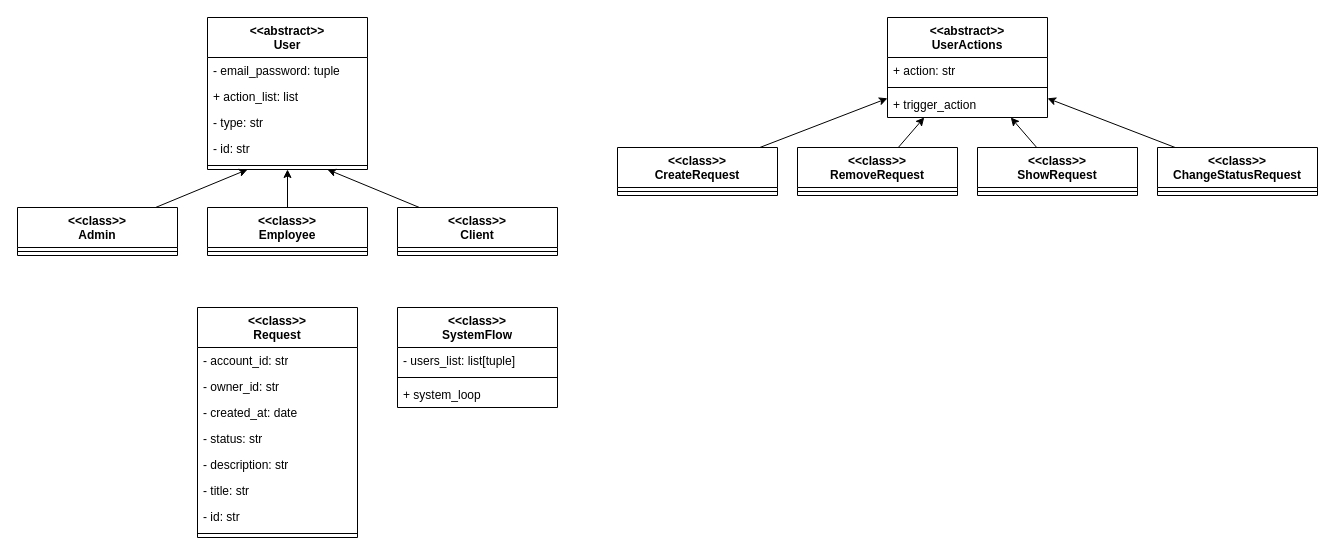
This is diagrams/classes.drawio from AlejandroGAmbriz/Autentication-System, a draw.io file, before an edit. Source tidied: cells renumbered, new cells numbered last; positions are measured from the earlier drawing's top-left corner, leaving out a move shared by most shapes. Both pictures are drawn from the tidied source at 100%, with x=0, y=0 at pixel (17, 17).
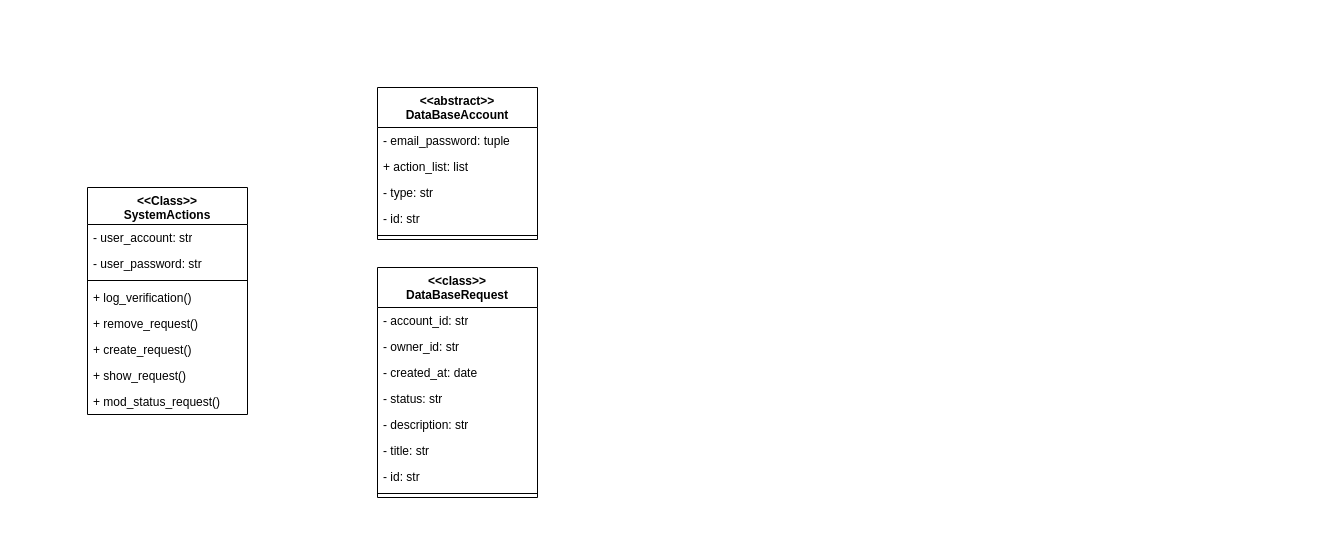
After the change.

Commit message (it also covers changes not shown here):
Update: class and relation diagrams

The edit, as a diff of the source:
```diff
@@
-    <mxCell id="2" value="&amp;lt;&amp;lt;abstract&amp;gt;&amp;gt;&lt;div&gt;User&lt;/div&gt;" style="swimlane;fontStyle=1;align=center;verticalAlign=top;horizontal=1;startSize=40;whiteSpace=wrap;html=1;" parent="1" vertex="1">
-      <mxGeometry x="190" width="160" height="152" as="geometry" />
-    </mxCell>
-    <mxCell id="3" value="- email_password: tuple" style="text;strokeColor=none;fillColor=none;align=left;verticalAlign=top;spacingLeft=4;spacingRight=4;overflow=hidden;whiteSpace=wrap;html=1;" parent="2" vertex="1">
-      <mxGeometry y="40" width="160" height="26" as="geometry" />
-    </mxCell>
-    <mxCell id="4" value="+ action_list: list" style="text;strokeColor=none;fillColor=none;align=left;verticalAlign=top;spacingLeft=4;spacingRight=4;overflow=hidden;whiteSpace=wrap;html=1;" parent="2" vertex="1">
-      <mxGeometry y="66" width="160" height="26" as="geometry" />
-    </mxCell>
-    <mxCell id="5" value="- type: str" style="text;strokeColor=none;fillColor=none;align=left;verticalAlign=top;spacingLeft=4;spacingRight=4;overflow=hidden;whiteSpace=wrap;html=1;" parent="2" vertex="1">
-      <mxGeometry y="92" width="160" height="26" as="geometry" />
-    </mxCell>
-    <mxCell id="6" value="- id: str" style="text;strokeColor=none;fillColor=none;align=left;verticalAlign=top;spacingLeft=4;spacingRight=4;overflow=hidden;whiteSpace=wrap;html=1;" parent="2" vertex="1">
-      <mxGeometry y="118" width="160" height="26" as="geometry" />
-    </mxCell>
-    <mxCell id="7" style="line;strokeWidth=1;fillColor=none;align=left;verticalAlign=middle;spacingTop=-1;spacingLeft=3;spacingRight=3;labelPosition=right;strokeColor=inherit;" parent="2" vertex="1">
-      <mxGeometry y="144" width="160" height="8" as="geometry" />
-    </mxCell>
-    <mxCell id="8" value="&amp;lt;&amp;lt;class&amp;gt;&amp;gt;&lt;div&gt;Admin&lt;/div&gt;" style="swimlane;fontStyle=1;align=center;verticalAlign=top;horizontal=1;startSize=40;whiteSpace=wrap;html=1;" parent="1" vertex="1">
-      <mxGeometry y="190" width="160" height="48" as="geometry" />
-    </mxCell>
-    <mxCell id="9" style="line;strokeWidth=1;fillColor=none;align=left;verticalAlign=middle;spacingTop=-1;spacingLeft=3;spacingRight=3;labelPosition=right;strokeColor=inherit;" parent="8" vertex="1">
-      <mxGeometry y="40" width="160" height="8" as="geometry" />
-    </mxCell>
-    <mxCell id="10" style="edgeStyle=none;html=1;entryX=0.5;entryY=1;entryDx=0;entryDy=0;" parent="1" edge="1" source="11" target="2">
-      <mxGeometry relative="1" as="geometry" />
-    </mxCell>
-    <mxCell id="11" value="&amp;lt;&amp;lt;class&amp;gt;&amp;gt;&lt;div&gt;Employee&lt;/div&gt;" style="swimlane;fontStyle=1;align=center;verticalAlign=top;horizontal=1;startSize=40;whiteSpace=wrap;html=1;" parent="1" vertex="1">
-      <mxGeometry x="190" y="190" width="160" height="48" as="geometry" />
-    </mxCell>
-    <mxCell id="12" style="line;strokeWidth=1;fillColor=none;align=left;verticalAlign=middle;spacingTop=-1;spacingLeft=3;spacingRight=3;labelPosition=right;strokeColor=inherit;" parent="11" vertex="1">
-      <mxGeometry y="40" width="160" height="8" as="geometry" />
-    </mxCell>
-    <mxCell id="13" style="edgeStyle=none;html=1;entryX=0.75;entryY=1;entryDx=0;entryDy=0;" parent="1" edge="1" source="14" target="2">
-      <mxGeometry relative="1" as="geometry" />
-    </mxCell>
-    <mxCell id="14" value="&amp;lt;&amp;lt;class&amp;gt;&amp;gt;&lt;div&gt;Client&lt;/div&gt;" style="swimlane;fontStyle=1;align=center;verticalAlign=top;horizontal=1;startSize=40;whiteSpace=wrap;html=1;" parent="1" vertex="1">
-      <mxGeometry x="380" y="190" width="160" height="48" as="geometry" />
-    </mxCell>
-    <mxCell id="15" style="line;strokeWidth=1;fillColor=none;align=left;verticalAlign=middle;spacingTop=-1;spacingLeft=3;spacingRight=3;labelPosition=right;strokeColor=inherit;" parent="14" vertex="1">
-      <mxGeometry y="40" width="160" height="8" as="geometry" />
-    </mxCell>
-    <mxCell id="16" style="edgeStyle=none;html=1;entryX=0.25;entryY=1;entryDx=0;entryDy=0;" parent="1" edge="1" source="8" target="2">
-      <mxGeometry relative="1" as="geometry" />
-    </mxCell>
-    <mxCell id="17" value="&amp;lt;&amp;lt;class&amp;gt;&amp;gt;&lt;div&gt;SystemFlow&lt;/div&gt;" style="swimlane;fontStyle=1;align=center;verticalAlign=top;horizontal=1;startSize=40;whiteSpace=wrap;html=1;" parent="1" vertex="1">
-      <mxGeometry x="380" y="290" width="160" height="100" as="geometry" />
-    </mxCell>
-    <mxCell id="18" value="- users_list: list[tuple]" style="text;strokeColor=none;fillColor=none;align=left;verticalAlign=top;spacingLeft=4;spacingRight=4;overflow=hidden;whiteSpace=wrap;html=1;" parent="17" vertex="1">
-      <mxGeometry y="40" width="160" height="26" as="geometry" />
-    </mxCell>
-    <mxCell id="19" style="line;strokeWidth=1;fillColor=none;align=left;verticalAlign=middle;spacingTop=-1;spacingLeft=3;spacingRight=3;labelPosition=right;strokeColor=inherit;" parent="17" vertex="1">
-      <mxGeometry y="66" width="160" height="8" as="geometry" />
-    </mxCell>
-    <mxCell id="20" value="+ system_loop" style="text;strokeColor=none;fillColor=none;align=left;verticalAlign=top;spacingLeft=4;spacingRight=4;overflow=hidden;whiteSpace=wrap;html=1;" parent="17" vertex="1">
-      <mxGeometry y="74" width="160" height="26" as="geometry" />
-    </mxCell>
-    <mxCell id="21" value="&amp;lt;&amp;lt;class&amp;gt;&amp;gt;&lt;div&gt;Request&lt;/div&gt;" style="swimlane;fontStyle=1;align=center;verticalAlign=top;horizontal=1;startSize=40;whiteSpace=wrap;html=1;" parent="1" vertex="1">
-      <mxGeometry x="180" y="290" width="160" height="230" as="geometry" />
-    </mxCell>
+    <mxCell id="46" value="&amp;lt;&amp;lt;class&amp;gt;&amp;gt;&lt;div&gt;DataBaseRequest&lt;/div&gt;" style="swimlane;fontStyle=1;align=center;verticalAlign=top;horizontal=1;startSize=40;whiteSpace=wrap;html=1;" parent="1" vertex="1">
+      <mxGeometry x="360" y="250" width="160" height="230" as="geometry" />
+    </mxCell>
-    <mxCell id="22" value="- account_id: str" style="text;strokeColor=none;fillColor=none;align=left;verticalAlign=top;spacingLeft=4;spacingRight=4;overflow=hidden;whiteSpace=wrap;html=1;" parent="21" vertex="1">
+    <mxCell id="22" value="- account_id: str" style="text;strokeColor=none;fillColor=none;align=left;verticalAlign=top;spacingLeft=4;spacingRight=4;overflow=hidden;whiteSpace=wrap;html=1;" parent="46" vertex="1">
       <mxGeometry y="40" width="160" height="26" as="geometry" />
     </mxCell>
-    <mxCell id="23" value="- owner_id: str" style="text;strokeColor=none;fillColor=none;align=left;verticalAlign=top;spacingLeft=4;spacingRight=4;overflow=hidden;whiteSpace=wrap;html=1;" parent="21" vertex="1">
+    <mxCell id="23" value="- owner_id: str" style="text;strokeColor=none;fillColor=none;align=left;verticalAlign=top;spacingLeft=4;spacingRight=4;overflow=hidden;whiteSpace=wrap;html=1;" parent="46" vertex="1">
       <mxGeometry y="66" width="160" height="26" as="geometry" />
     </mxCell>
-    <mxCell id="24" value="- created_at: date" style="text;strokeColor=none;fillColor=none;align=left;verticalAlign=top;spacingLeft=4;spacingRight=4;overflow=hidden;whiteSpace=wrap;html=1;" parent="21" vertex="1">
+    <mxCell id="24" value="- created_at: date" style="text;strokeColor=none;fillColor=none;align=left;verticalAlign=top;spacingLeft=4;spacingRight=4;overflow=hidden;whiteSpace=wrap;html=1;" parent="46" vertex="1">
       <mxGeometry y="92" width="160" height="26" as="geometry" />
     </mxCell>
-    <mxCell id="25" value="- status: str" style="text;strokeColor=none;fillColor=none;align=left;verticalAlign=top;spacingLeft=4;spacingRight=4;overflow=hidden;whiteSpace=wrap;html=1;" parent="21" vertex="1">
+    <mxCell id="25" value="- status: str" style="text;strokeColor=none;fillColor=none;align=left;verticalAlign=top;spacingLeft=4;spacingRight=4;overflow=hidden;whiteSpace=wrap;html=1;" parent="46" vertex="1">
       <mxGeometry y="118" width="160" height="26" as="geometry" />
     </mxCell>
-    <mxCell id="26" value="- description: str" style="text;strokeColor=none;fillColor=none;align=left;verticalAlign=top;spacingLeft=4;spacingRight=4;overflow=hidden;whiteSpace=wrap;html=1;" parent="21" vertex="1">
+    <mxCell id="26" value="- description: str" style="text;strokeColor=none;fillColor=none;align=left;verticalAlign=top;spacingLeft=4;spacingRight=4;overflow=hidden;whiteSpace=wrap;html=1;" parent="46" vertex="1">
       <mxGeometry y="144" width="160" height="26" as="geometry" />
     </mxCell>
-    <mxCell id="27" value="- title: str" style="text;strokeColor=none;fillColor=none;align=left;verticalAlign=top;spacingLeft=4;spacingRight=4;overflow=hidden;whiteSpace=wrap;html=1;" parent="21" vertex="1">
+    <mxCell id="27" value="- title: str" style="text;strokeColor=none;fillColor=none;align=left;verticalAlign=top;spacingLeft=4;spacingRight=4;overflow=hidden;whiteSpace=wrap;html=1;" parent="46" vertex="1">
       <mxGeometry y="170" width="160" height="26" as="geometry" />
     </mxCell>
-    <mxCell id="28" value="- id: str" style="text;strokeColor=none;fillColor=none;align=left;verticalAlign=top;spacingLeft=4;spacingRight=4;overflow=hidden;whiteSpace=wrap;html=1;" parent="21" vertex="1">
+    <mxCell id="28" value="- id: str" style="text;strokeColor=none;fillColor=none;align=left;verticalAlign=top;spacingLeft=4;spacingRight=4;overflow=hidden;whiteSpace=wrap;html=1;" parent="46" vertex="1">
       <mxGeometry y="196" width="160" height="26" as="geometry" />
     </mxCell>
-    <mxCell id="29" style="line;strokeWidth=1;fillColor=none;align=left;verticalAlign=middle;spacingTop=-1;spacingLeft=3;spacingRight=3;labelPosition=right;strokeColor=inherit;" parent="21" vertex="1">
+    <mxCell id="29" style="line;strokeWidth=1;fillColor=none;align=left;verticalAlign=middle;spacingTop=-1;spacingLeft=3;spacingRight=3;labelPosition=right;strokeColor=inherit;" parent="46" vertex="1">
       <mxGeometry y="222" width="160" height="8" as="geometry" />
     </mxCell>
-    <mxCell id="30" value="&lt;div&gt;&amp;lt;&amp;lt;abstract&amp;gt;&amp;gt;&lt;/div&gt;UserActions" style="swimlane;fontStyle=1;align=center;verticalAlign=top;horizontal=1;startSize=40;whiteSpace=wrap;html=1;" parent="1" vertex="1">
-      <mxGeometry x="870" width="160" height="100" as="geometry" />
-    </mxCell>
-    <mxCell id="31" value="+ action: str" style="text;strokeColor=none;fillColor=none;align=left;verticalAlign=top;spacingLeft=4;spacingRight=4;overflow=hidden;whiteSpace=wrap;html=1;" parent="30" vertex="1">
-      <mxGeometry y="40" width="160" height="26" as="geometry" />
-    </mxCell>
-    <mxCell id="32" style="line;strokeWidth=1;fillColor=none;align=left;verticalAlign=middle;spacingTop=-1;spacingLeft=3;spacingRight=3;labelPosition=right;strokeColor=inherit;" parent="30" vertex="1">
-      <mxGeometry y="66" width="160" height="8" as="geometry" />
-    </mxCell>
-    <mxCell id="33" value="+ trigger_action" style="text;strokeColor=none;fillColor=none;align=left;verticalAlign=top;spacingLeft=4;spacingRight=4;overflow=hidden;whiteSpace=wrap;html=1;" parent="30" vertex="1">
-      <mxGeometry y="74" width="160" height="26" as="geometry" />
-    </mxCell>
-    <mxCell id="34" style="edgeStyle=none;html=1;" parent="1" edge="1" source="35" target="30">
-      <mxGeometry relative="1" as="geometry" />
-    </mxCell>
-    <mxCell id="35" value="&amp;lt;&amp;lt;class&amp;gt;&amp;gt;&lt;div&gt;CreateRequest&lt;/div&gt;" style="swimlane;fontStyle=1;align=center;verticalAlign=top;horizontal=1;startSize=40;whiteSpace=wrap;html=1;" parent="1" vertex="1">
-      <mxGeometry x="600" y="130" width="160" height="48" as="geometry" />
-    </mxCell>
-    <mxCell id="36" style="line;strokeWidth=1;fillColor=none;align=left;verticalAlign=middle;spacingTop=-1;spacingLeft=3;spacingRight=3;labelPosition=right;strokeColor=inherit;" parent="35" vertex="1">
-      <mxGeometry y="40" width="160" height="8" as="geometry" />
-    </mxCell>
-    <mxCell id="37" style="edgeStyle=none;html=1;" parent="1" edge="1" source="38" target="30">
-      <mxGeometry relative="1" as="geometry" />
-    </mxCell>
-    <mxCell id="38" value="&amp;lt;&amp;lt;class&amp;gt;&amp;gt;&lt;div&gt;RemoveRequest&lt;/div&gt;" style="swimlane;fontStyle=1;align=center;verticalAlign=top;horizontal=1;startSize=40;whiteSpace=wrap;html=1;" parent="1" vertex="1">
-      <mxGeometry x="780" y="130" width="160" height="48" as="geometry" />
-    </mxCell>
-    <mxCell id="39" style="line;strokeWidth=1;fillColor=none;align=left;verticalAlign=middle;spacingTop=-1;spacingLeft=3;spacingRight=3;labelPosition=right;strokeColor=inherit;" parent="38" vertex="1">
-      <mxGeometry y="40" width="160" height="8" as="geometry" />
-    </mxCell>
-    <mxCell id="40" style="edgeStyle=none;html=1;" parent="1" edge="1" source="41" target="30">
-      <mxGeometry relative="1" as="geometry" />
-    </mxCell>
-    <mxCell id="41" value="&amp;lt;&amp;lt;class&amp;gt;&amp;gt;&lt;div&gt;ShowRequest&lt;/div&gt;" style="swimlane;fontStyle=1;align=center;verticalAlign=top;horizontal=1;startSize=40;whiteSpace=wrap;html=1;" parent="1" vertex="1">
-      <mxGeometry x="960" y="130" width="160" height="48" as="geometry" />
-    </mxCell>
-    <mxCell id="42" style="line;strokeWidth=1;fillColor=none;align=left;verticalAlign=middle;spacingTop=-1;spacingLeft=3;spacingRight=3;labelPosition=right;strokeColor=inherit;" parent="41" vertex="1">
-      <mxGeometry y="40" width="160" height="8" as="geometry" />
-    </mxCell>
-    <mxCell id="43" style="edgeStyle=none;html=1;" parent="1" edge="1" source="44" target="30">
-      <mxGeometry relative="1" as="geometry" />
-    </mxCell>
-    <mxCell id="44" value="&amp;lt;&amp;lt;class&amp;gt;&amp;gt;&lt;div&gt;ChangeStatusRequest&lt;/div&gt;" style="swimlane;fontStyle=1;align=center;verticalAlign=top;horizontal=1;startSize=40;whiteSpace=wrap;html=1;" parent="1" vertex="1">
-      <mxGeometry x="1140" y="130" width="160" height="48" as="geometry" />
-    </mxCell>
-    <mxCell id="45" style="line;strokeWidth=1;fillColor=none;align=left;verticalAlign=middle;spacingTop=-1;spacingLeft=3;spacingRight=3;labelPosition=right;strokeColor=inherit;" parent="44" vertex="1">
-      <mxGeometry y="40" width="160" height="8" as="geometry" />
-    </mxCell>
+    <mxCell id="47" value="&amp;lt;&amp;lt;abstract&amp;gt;&amp;gt;&lt;div&gt;DataBaseAccount&lt;/div&gt;" style="swimlane;fontStyle=1;align=center;verticalAlign=top;horizontal=1;startSize=40;whiteSpace=wrap;html=1;" parent="1" vertex="1">
+      <mxGeometry x="360" y="70" width="160" height="152" as="geometry" />
+    </mxCell>
+    <mxCell id="3" value="- email_password: tuple" style="text;strokeColor=none;fillColor=none;align=left;verticalAlign=top;spacingLeft=4;spacingRight=4;overflow=hidden;whiteSpace=wrap;html=1;" parent="47" vertex="1">
+      <mxGeometry y="40" width="160" height="26" as="geometry" />
+    </mxCell>
+    <mxCell id="4" value="+ action_list: list" style="text;strokeColor=none;fillColor=none;align=left;verticalAlign=top;spacingLeft=4;spacingRight=4;overflow=hidden;whiteSpace=wrap;html=1;" parent="47" vertex="1">
+      <mxGeometry y="66" width="160" height="26" as="geometry" />
+    </mxCell>
+    <mxCell id="5" value="- type: str" style="text;strokeColor=none;fillColor=none;align=left;verticalAlign=top;spacingLeft=4;spacingRight=4;overflow=hidden;whiteSpace=wrap;html=1;" parent="47" vertex="1">
+      <mxGeometry y="92" width="160" height="26" as="geometry" />
+    </mxCell>
+    <mxCell id="6" value="- id: str" style="text;strokeColor=none;fillColor=none;align=left;verticalAlign=top;spacingLeft=4;spacingRight=4;overflow=hidden;whiteSpace=wrap;html=1;" parent="47" vertex="1">
+      <mxGeometry y="118" width="160" height="26" as="geometry" />
+    </mxCell>
+    <mxCell id="7" style="line;strokeWidth=1;fillColor=none;align=left;verticalAlign=middle;spacingTop=-1;spacingLeft=3;spacingRight=3;labelPosition=right;strokeColor=inherit;" parent="47" vertex="1">
+      <mxGeometry y="144" width="160" height="8" as="geometry" />
+    </mxCell>
+    <mxCell id="48" value="&amp;lt;&amp;lt;Class&amp;gt;&amp;gt;&lt;div&gt;SystemActions&lt;/div&gt;" style="swimlane;fontStyle=1;align=center;verticalAlign=top;horizontal=1;startSize=37;whiteSpace=wrap;html=1;" parent="1" vertex="1">
+      <mxGeometry x="70" y="170" width="160" height="227" as="geometry" />
+    </mxCell>
+    <mxCell id="49" value="- user_account: str" style="text;strokeColor=none;fillColor=none;align=left;verticalAlign=top;spacingLeft=4;spacingRight=4;overflow=hidden;whiteSpace=wrap;html=1;" parent="48" vertex="1">
+      <mxGeometry y="37" width="160" height="26" as="geometry" />
+    </mxCell>
+    <mxCell id="50" value="- user_password: str" style="text;strokeColor=none;fillColor=none;align=left;verticalAlign=top;spacingLeft=4;spacingRight=4;overflow=hidden;whiteSpace=wrap;html=1;" parent="48" vertex="1">
+      <mxGeometry y="63" width="160" height="26" as="geometry" />
+    </mxCell>
+    <mxCell id="51" style="line;strokeWidth=1;fillColor=none;align=left;verticalAlign=middle;spacingTop=-1;spacingLeft=3;spacingRight=3;labelPosition=right;strokeColor=inherit;" parent="48" vertex="1">
+      <mxGeometry y="89" width="160" height="8" as="geometry" />
+    </mxCell>
+    <mxCell id="52" value="+ log_verification()" style="text;strokeColor=none;fillColor=none;align=left;verticalAlign=top;spacingLeft=4;spacingRight=4;overflow=hidden;whiteSpace=wrap;html=1;" parent="48" vertex="1">
+      <mxGeometry y="97" width="160" height="26" as="geometry" />
+    </mxCell>
+    <mxCell id="53" value="+ remove_request()" style="text;strokeColor=none;fillColor=none;align=left;verticalAlign=top;spacingLeft=4;spacingRight=4;overflow=hidden;whiteSpace=wrap;html=1;" parent="48" vertex="1">
+      <mxGeometry y="123" width="160" height="26" as="geometry" />
+    </mxCell>
+    <mxCell id="54" value="+ create_request()" style="text;strokeColor=none;fillColor=none;align=left;verticalAlign=top;spacingLeft=4;spacingRight=4;overflow=hidden;whiteSpace=wrap;html=1;" parent="48" vertex="1">
+      <mxGeometry y="149" width="160" height="26" as="geometry" />
+    </mxCell>
+    <mxCell id="55" value="+ show_request()" style="text;strokeColor=none;fillColor=none;align=left;verticalAlign=top;spacingLeft=4;spacingRight=4;overflow=hidden;whiteSpace=wrap;html=1;" parent="48" vertex="1">
+      <mxGeometry y="175" width="160" height="26" as="geometry" />
+    </mxCell>
+    <mxCell id="56" value="+ mod_status_request()" style="text;strokeColor=none;fillColor=none;align=left;verticalAlign=top;spacingLeft=4;spacingRight=4;overflow=hidden;whiteSpace=wrap;html=1;" parent="48" vertex="1">
+      <mxGeometry y="201" width="160" height="26" as="geometry" />
+    </mxCell>
```
